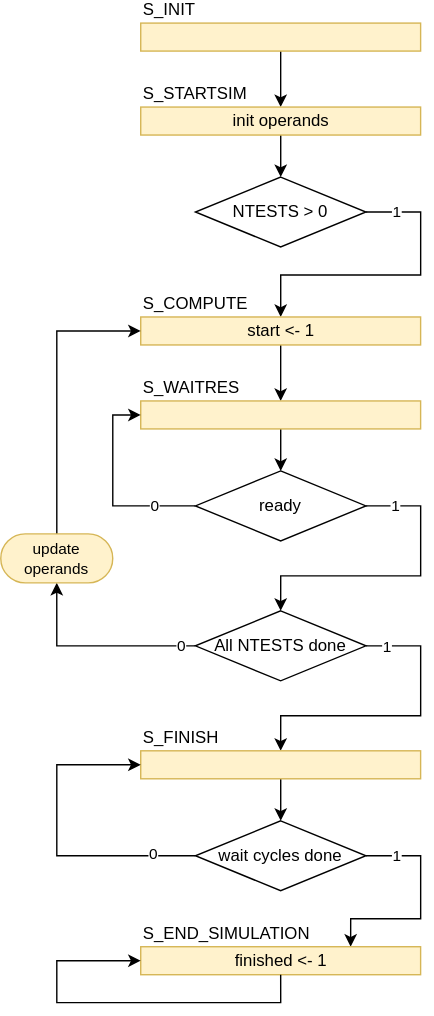
This is doc/images/ASM-mcd_tester.drawio.svg from DavidTrevisan/calcolatori_elettronici_2025, a draw.io export, as it was before one commit. Source tidied: cells renumbered, new cells last; positions are measured from the earlier drawing's top-left corner, leaving out a move shared by most shapes. The source it was exported from:
```xml
<mxGraphModel>
  <root>
    <mxCell id="0" />
    <mxCell id="1" parent="0" />
    <mxCell id="2" style="edgeStyle=orthogonalEdgeStyle;rounded=0;jettySize=auto;html=1;" parent="1" edge="1" source="3" target="8">
      <mxGeometry relative="1" as="geometry" />
    </mxCell>
    <mxCell id="3" value="S_INIT" style="rounded=0;whiteSpace=wrap;html=1;verticalAlign=bottom;labelPosition=center;verticalLabelPosition=top;align=left;fillColor=#fff2cc;strokeColor=#d6b656;" parent="1" vertex="1">
      <mxGeometry x="100" width="200" height="20" as="geometry" />
    </mxCell>
    <mxCell id="4" style="edgeStyle=orthogonalEdgeStyle;rounded=0;jettySize=auto;html=1;exitX=1;exitY=0.5;exitDx=0;exitDy=0;" parent="1" edge="1" source="6" target="10">
      <mxGeometry relative="1" as="geometry">
        <Array as="points">
          <mxPoint x="300" y="135" />
          <mxPoint x="300" y="180" />
          <mxPoint x="200" y="180" />
        </Array>
      </mxGeometry>
    </mxCell>
    <mxCell id="5" value="1" style="edgeLabel;html=1;align=center;verticalAlign=middle;" parent="4" vertex="1">
      <mxGeometry x="-0.79" relative="1" as="geometry" />
    </mxCell>
    <mxCell id="6" value="NTESTS &amp;gt; 0" style="rhombus;whiteSpace=wrap;html=1;" parent="1" vertex="1">
      <mxGeometry x="139.1" y="110" width="121.9" height="50" as="geometry" />
    </mxCell>
    <mxCell id="7" style="edgeStyle=orthogonalEdgeStyle;rounded=0;jettySize=auto;html=1;" parent="1" edge="1" source="8" target="6">
      <mxGeometry relative="1" as="geometry" />
    </mxCell>
    <mxCell id="8" value="S_STARTSIM" style="rounded=0;whiteSpace=wrap;html=1;verticalAlign=bottom;labelPosition=center;verticalLabelPosition=top;align=left;fillColor=#fff2cc;strokeColor=#d6b656;" parent="1" vertex="1">
      <mxGeometry x="100" y="60" width="200" height="20" as="geometry" />
    </mxCell>
    <mxCell id="9" style="edgeStyle=orthogonalEdgeStyle;rounded=0;jettySize=auto;html=1;" parent="1" edge="1" source="10" target="13">
      <mxGeometry relative="1" as="geometry" />
    </mxCell>
    <mxCell id="10" value="S_COMPUTE" style="rounded=0;whiteSpace=wrap;html=1;verticalAlign=bottom;labelPosition=center;verticalLabelPosition=top;align=left;fillColor=#fff2cc;strokeColor=#d6b656;" parent="1" vertex="1">
      <mxGeometry x="100" y="210" width="200" height="20" as="geometry" />
    </mxCell>
    <mxCell id="11" value="start &amp;lt;- 1" style="text;html=1;align=center;verticalAlign=middle;strokeColor=none;fillColor=none;" parent="1" vertex="1">
      <mxGeometry x="165" y="205" width="70" height="30" as="geometry" />
    </mxCell>
    <mxCell id="12" style="edgeStyle=orthogonalEdgeStyle;rounded=0;jettySize=auto;html=1;" parent="1" edge="1" source="13" target="19">
      <mxGeometry relative="1" as="geometry" />
    </mxCell>
    <mxCell id="13" value="S_WAITRES" style="rounded=0;whiteSpace=wrap;html=1;verticalAlign=bottom;labelPosition=center;verticalLabelPosition=top;align=left;fillColor=#fff2cc;strokeColor=#d6b656;" parent="1" vertex="1">
      <mxGeometry x="100" y="270" width="200" height="20" as="geometry" />
    </mxCell>
    <mxCell id="14" value="init operands" style="text;html=1;align=center;verticalAlign=middle;strokeColor=none;fillColor=none;" parent="1" vertex="1">
      <mxGeometry x="155" y="55" width="90" height="30" as="geometry" />
    </mxCell>
    <mxCell id="15" style="edgeStyle=orthogonalEdgeStyle;rounded=0;jettySize=auto;html=1;entryX=0.5;entryY=0;entryDx=0;entryDy=0;exitX=1;exitY=0.5;exitDx=0;exitDy=0;" parent="1" edge="1" source="19" target="24">
      <mxGeometry relative="1" as="geometry">
        <Array as="points">
          <mxPoint x="300" y="345" />
          <mxPoint x="300" y="395" />
          <mxPoint x="200" y="395" />
        </Array>
      </mxGeometry>
    </mxCell>
    <mxCell id="16" value="1" style="edgeLabel;html=1;align=center;verticalAlign=middle;" parent="15" vertex="1">
      <mxGeometry x="-0.8" y="-2" relative="1" as="geometry">
        <mxPoint y="-2" as="offset" />
      </mxGeometry>
    </mxCell>
    <mxCell id="17" style="edgeStyle=orthogonalEdgeStyle;rounded=0;jettySize=auto;html=1;exitX=0;exitY=0.5;exitDx=0;exitDy=0;entryX=0;entryY=0.5;entryDx=0;entryDy=0;" parent="1" edge="1" source="19" target="13">
      <mxGeometry relative="1" as="geometry" />
    </mxCell>
    <mxCell id="18" value="0" style="edgeLabel;html=1;align=center;verticalAlign=middle;" parent="17" vertex="1">
      <mxGeometry x="-0.67" y="-3" relative="1" as="geometry">
        <mxPoint x="-5" y="3" as="offset" />
      </mxGeometry>
    </mxCell>
    <mxCell id="19" value="ready" style="rhombus;whiteSpace=wrap;html=1;" parent="1" vertex="1">
      <mxGeometry x="139.1" y="320" width="121.9" height="50" as="geometry" />
    </mxCell>
    <mxCell id="20" style="edgeStyle=orthogonalEdgeStyle;rounded=0;jettySize=auto;html=1;entryX=0.5;entryY=1;entryDx=0;entryDy=0;" parent="1" edge="1" source="24" target="28">
      <mxGeometry relative="1" as="geometry">
        <Array as="points">
          <mxPoint x="40" y="445" />
        </Array>
      </mxGeometry>
    </mxCell>
    <mxCell id="21" value="0" style="edgeLabel;html=1;align=center;verticalAlign=middle;" parent="20" vertex="1">
      <mxGeometry x="-0.85" relative="1" as="geometry" />
    </mxCell>
    <mxCell id="22" style="edgeStyle=orthogonalEdgeStyle;rounded=0;jettySize=auto;html=1;entryX=0.5;entryY=0;entryDx=0;entryDy=0;exitX=1;exitY=0.5;exitDx=0;exitDy=0;" parent="1" edge="1" source="24" target="26">
      <mxGeometry relative="1" as="geometry">
        <Array as="points">
          <mxPoint x="300" y="445" />
          <mxPoint x="300" y="495" />
          <mxPoint x="200" y="495" />
        </Array>
      </mxGeometry>
    </mxCell>
    <mxCell id="23" value="1" style="edgeLabel;html=1;align=center;verticalAlign=middle;" parent="22" vertex="1">
      <mxGeometry x="-0.86" y="-1" relative="1" as="geometry" />
    </mxCell>
    <mxCell id="24" value="All NTESTS done" style="rhombus;whiteSpace=wrap;html=1;" parent="1" vertex="1">
      <mxGeometry x="139.1" y="420" width="121.9" height="50" as="geometry" />
    </mxCell>
    <mxCell id="25" style="edgeStyle=orthogonalEdgeStyle;rounded=0;jettySize=auto;html=1;" parent="1" edge="1" source="26" target="33">
      <mxGeometry relative="1" as="geometry" />
    </mxCell>
    <mxCell id="26" value="S_FINISH" style="rounded=0;whiteSpace=wrap;html=1;verticalAlign=bottom;labelPosition=center;verticalLabelPosition=top;align=left;fillColor=#fff2cc;strokeColor=#d6b656;" parent="1" vertex="1">
      <mxGeometry x="100" y="520" width="200" height="20" as="geometry" />
    </mxCell>
    <mxCell id="27" style="edgeStyle=orthogonalEdgeStyle;rounded=0;jettySize=auto;html=1;entryX=0;entryY=0.5;entryDx=0;entryDy=0;" parent="1" edge="1" source="28" target="10">
      <mxGeometry relative="1" as="geometry">
        <Array as="points">
          <mxPoint x="40" y="220" />
        </Array>
      </mxGeometry>
    </mxCell>
    <mxCell id="28" value="update operands" style="rounded=1;whiteSpace=wrap;html=1;fontFamily=Helvetica;fontSize=11;labelBackgroundColor=none;fillColor=#fff2cc;strokeColor=#d6b656;arcSize=50;" parent="1" vertex="1">
      <mxGeometry y="365" width="80" height="35" as="geometry" />
    </mxCell>
    <mxCell id="29" style="edgeStyle=orthogonalEdgeStyle;rounded=0;jettySize=auto;html=1;entryX=0;entryY=0.5;entryDx=0;entryDy=0;" parent="1" edge="1" source="33" target="26">
      <mxGeometry relative="1" as="geometry">
        <Array as="points">
          <mxPoint x="40" y="595" />
          <mxPoint x="40" y="530" />
        </Array>
      </mxGeometry>
    </mxCell>
    <mxCell id="30" value="0" style="edgeLabel;html=1;align=center;verticalAlign=middle;" parent="29" vertex="1">
      <mxGeometry x="-0.73" y="-1" relative="1" as="geometry" />
    </mxCell>
    <mxCell id="31" style="edgeStyle=orthogonalEdgeStyle;rounded=0;jettySize=auto;html=1;entryX=0.75;entryY=0;entryDx=0;entryDy=0;exitX=1;exitY=0.5;exitDx=0;exitDy=0;" parent="1" edge="1" source="33" target="34">
      <mxGeometry relative="1" as="geometry">
        <Array as="points">
          <mxPoint x="300" y="595" />
          <mxPoint x="300" y="640" />
          <mxPoint x="250" y="640" />
        </Array>
      </mxGeometry>
    </mxCell>
    <mxCell id="32" value="1" style="edgeLabel;html=1;align=center;verticalAlign=middle;" parent="31" vertex="1">
      <mxGeometry x="-0.71" relative="1" as="geometry" />
    </mxCell>
    <mxCell id="33" value="wait cycles done" style="rhombus;whiteSpace=wrap;html=1;" parent="1" vertex="1">
      <mxGeometry x="139.1" y="570" width="121.9" height="50" as="geometry" />
    </mxCell>
    <mxCell id="34" value="S_END_SIMULATION" style="rounded=0;whiteSpace=wrap;html=1;verticalAlign=bottom;labelPosition=center;verticalLabelPosition=top;align=left;fillColor=#fff2cc;strokeColor=#d6b656;" parent="1" vertex="1">
      <mxGeometry x="100" y="660" width="200" height="20" as="geometry" />
    </mxCell>
    <mxCell id="35" style="edgeStyle=orthogonalEdgeStyle;rounded=0;orthogonalLoop=1;jettySize=auto;html=1;entryX=0;entryY=0.5;entryDx=0;entryDy=0;exitX=0.5;exitY=1;exitDx=0;exitDy=0;" parent="1" edge="1" source="34" target="34">
      <mxGeometry relative="1" as="geometry">
        <Array as="points">
          <mxPoint x="200" y="700" />
          <mxPoint x="40" y="700" />
          <mxPoint x="40" y="670" />
        </Array>
      </mxGeometry>
    </mxCell>
    <mxCell id="36" value="finished &amp;lt;- 1" style="text;html=1;align=center;verticalAlign=middle;strokeColor=none;fillColor=none;" parent="1" vertex="1">
      <mxGeometry x="155" y="655" width="90" height="30" as="geometry" />
    </mxCell>
  </root>
</mxGraphModel>
```
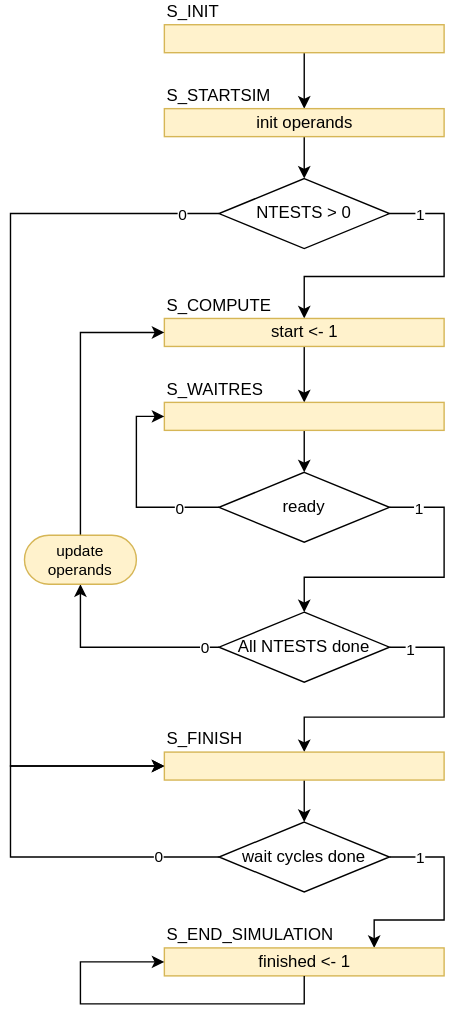
After the change.

What changed in the source:
```diff
@@ -20,6 +20,19 @@
     <mxCell id="5" value="1" style="edgeLabel;html=1;align=center;verticalAlign=middle;" parent="4" vertex="1">
       <mxGeometry x="-0.79" relative="1" as="geometry" />
     </mxCell>
+    <mxCell id="37" style="edgeStyle=orthogonalEdgeStyle;rounded=0;jettySize=auto;html=1;entryX=0;entryY=0.5;entryDx=0;entryDy=0;" parent="1" edge="1" source="6" target="26">
+      <mxGeometry relative="1" as="geometry">
+        <Array as="points">
+          <mxPoint x="-10" y="135" />
+          <mxPoint x="-10" y="530" />
+        </Array>
+      </mxGeometry>
+    </mxCell>
+    <mxCell id="38" value="0" style="edgeLabel;html=1;align=center;verticalAlign=middle;" parent="37" vertex="1">
+      <mxGeometry x="-0.92" y="-2" relative="1" as="geometry">
+        <mxPoint y="2" as="offset" />
+      </mxGeometry>
+    </mxCell>
     <mxCell id="6" value="NTESTS &amp;gt; 0" style="rhombus;whiteSpace=wrap;html=1;" parent="1" vertex="1">
       <mxGeometry x="139.1" y="110" width="121.9" height="50" as="geometry" />
     </mxCell>
@@ -116,8 +129,8 @@
     <mxCell id="29" style="edgeStyle=orthogonalEdgeStyle;rounded=0;jettySize=auto;html=1;entryX=0;entryY=0.5;entryDx=0;entryDy=0;" parent="1" edge="1" source="33" target="26">
       <mxGeometry relative="1" as="geometry">
         <Array as="points">
-          <mxPoint x="40" y="595" />
-          <mxPoint x="40" y="530" />
+          <mxPoint x="-10" y="595" />
+          <mxPoint x="-10" y="530" />
         </Array>
       </mxGeometry>
     </mxCell>
```
